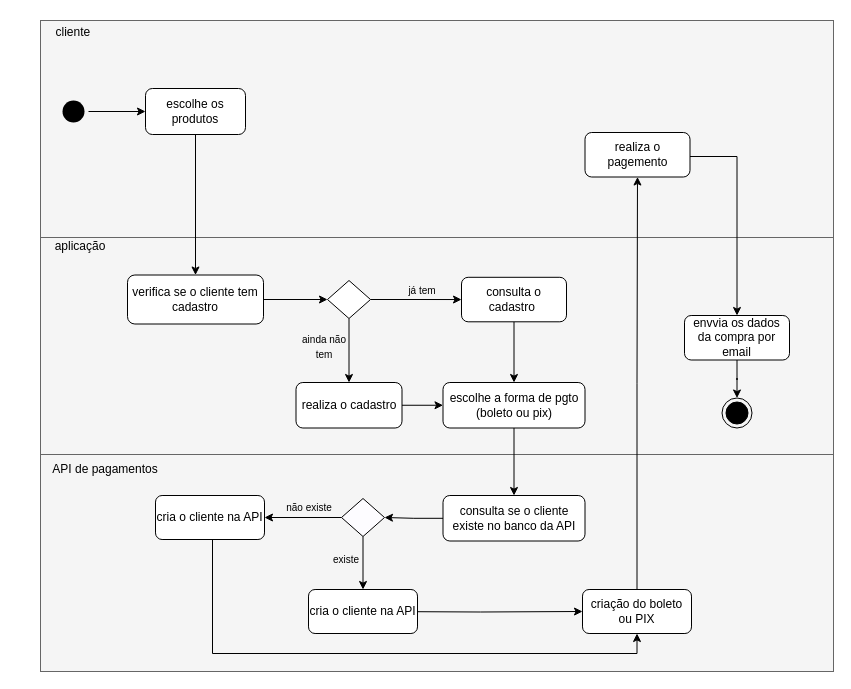
This is activity diagram.drawio from mateusf-prog/PROJECT-commerce-management-system, a draw.io file, before an edit. Source tidied: cells renumbered, new cells numbered last; positions are measured from the earlier drawing's top-left corner, leaving out a move shared by most shapes. Both pictures are drawn from the tidied source at 100%, with x=0, y=0 at pixel (17, 17).
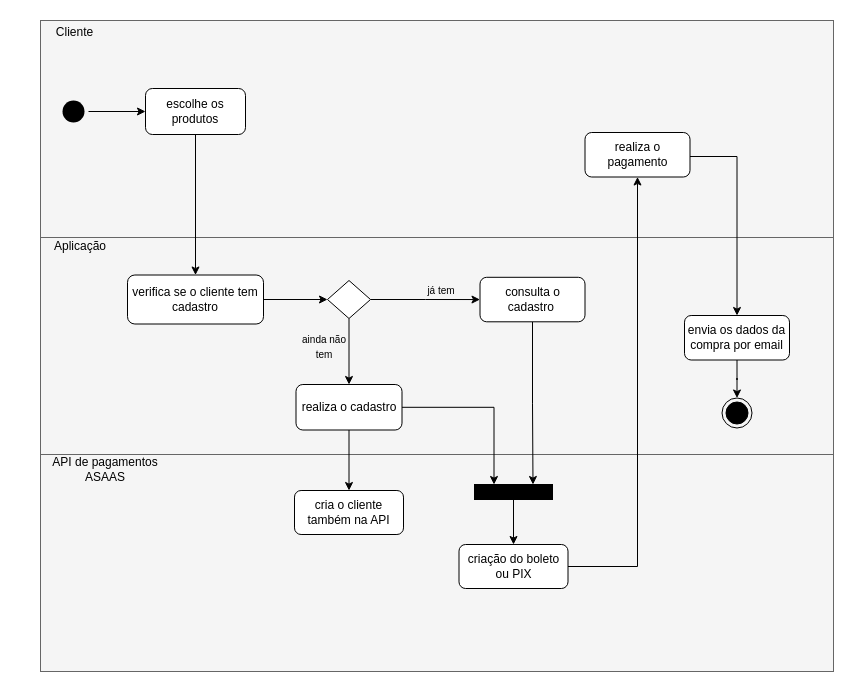
The same page after the edit.

Commit message (it also covers changes not shown here):
update activity diagram

Change to the diagram source:
```diff
@@
+    <mxCell id="43" style="edgeStyle=orthogonalEdgeStyle;rounded=0;jettySize=auto;html=1;" parent="1" edge="1" source="7" target="31">
+      <mxGeometry relative="1" as="geometry" />
+    </mxCell>
+    <mxCell id="44" style="edgeStyle=orthogonalEdgeStyle;rounded=0;jettySize=auto;html=1;entryX=0.25;entryY=0;entryDx=0;entryDy=0;" parent="1" edge="1" source="7" target="47">
+      <mxGeometry relative="1" as="geometry" />
+    </mxCell>
     <mxCell id="7" value="realiza o cadastro" style="rounded=1;whiteSpace=wrap;html=1;" parent="1" vertex="1">
-      <mxGeometry x="278.5" y="365" width="106" height="45.5" as="geometry" />
+      <mxGeometry x="278.5" y="367" width="106" height="45.5" as="geometry" />
     </mxCell>
@@
-    <mxCell id="13" value="cliente&amp;nbsp;" style="text;html=1;strokeColor=none;fillColor=none;align=center;verticalAlign=middle;whiteSpace=wrap;rounded=0;" parent="1" vertex="1">
+    <mxCell id="13" value="Cliente" style="text;html=1;strokeColor=none;fillColor=none;align=center;verticalAlign=middle;whiteSpace=wrap;rounded=0;" parent="1" vertex="1">
       <mxGeometry width="115" height="30" as="geometry" />
     </mxCell>
-    <mxCell id="14" value="aplicação" style="text;html=1;strokeColor=none;fillColor=none;align=center;verticalAlign=middle;whiteSpace=wrap;rounded=0;" parent="1" vertex="1">
+    <mxCell id="14" value="Aplicação" style="text;html=1;strokeColor=none;fillColor=none;align=center;verticalAlign=middle;whiteSpace=wrap;rounded=0;" parent="1" vertex="1">
       <mxGeometry x="33" y="214" width="60" height="30" as="geometry" />
     </mxCell>
@@
-    <mxCell id="17" style="edgeStyle=orthogonalEdgeStyle;rounded=0;jettySize=auto;html=1;entryX=0.5;entryY=0;entryDx=0;entryDy=0;" parent="1" edge="1" source="18" target="21">
-      <mxGeometry relative="1" as="geometry" />
-    </mxCell>
+    <mxCell id="45" style="edgeStyle=orthogonalEdgeStyle;rounded=0;jettySize=auto;html=1;entryX=0.75;entryY=0;entryDx=0;entryDy=0;" parent="1" edge="1" source="18" target="47">
+      <mxGeometry relative="1" as="geometry" />
+    </mxCell>
     <mxCell id="18" value="consulta o cadastro&amp;nbsp;" style="rounded=1;whiteSpace=wrap;html=1;" parent="1" vertex="1">
-      <mxGeometry x="444" y="259.8" width="105" height="44.5" as="geometry" />
+      <mxGeometry x="462.5" y="259.8" width="105" height="44.5" as="geometry" />
     </mxCell>
     <mxCell id="19" value="&lt;font style=&quot;font-size: 10px;&quot;&gt;já tem&lt;/font&gt;" style="text;html=1;strokeColor=none;fillColor=none;align=center;verticalAlign=middle;whiteSpace=wrap;rounded=0;" parent="1" vertex="1">
-      <mxGeometry x="375" y="257.5" width="60" height="30" as="geometry" />
+      <mxGeometry x="394" y="257.5" width="60" height="30" as="geometry" />
     </mxCell>
@@
-    <mxCell id="21" value="escolhe a forma de pgto (boleto ou pix)" style="rounded=1;whiteSpace=wrap;html=1;" parent="1" vertex="1">
-      <mxGeometry x="425.5" y="365" width="142" height="45.5" as="geometry" />
-    </mxCell>
-    <mxCell id="22" value="API de pagamentos" style="text;html=1;strokeColor=none;fillColor=none;align=center;verticalAlign=middle;whiteSpace=wrap;rounded=0;" parent="1" vertex="1">
+    <mxCell id="22" value="API de pagamentos ASAAS" style="text;html=1;strokeColor=none;fillColor=none;align=center;verticalAlign=middle;whiteSpace=wrap;rounded=0;" parent="1" vertex="1">
       <mxGeometry x="26" y="437" width="124" height="30" as="geometry" />
     </mxCell>
-    <mxCell id="23" style="endArrow=classic;html=1;rounded=0;exitX=0.5;exitY=1;exitDx=0;exitDy=0;entryX=0.5;entryY=0;entryDx=0;entryDy=0;" parent="1" edge="1" source="21" target="25">
-      <mxGeometry relative="1" as="geometry" />
-    </mxCell>
-    <mxCell id="24" style="edgeStyle=orthogonalEdgeStyle;rounded=0;jettySize=auto;html=1;entryX=1;entryY=0.5;entryDx=0;entryDy=0;" parent="1" edge="1" source="25" target="28">
-      <mxGeometry relative="1" as="geometry" />
-    </mxCell>
-    <mxCell id="25" value="consulta se o cliente existe no banco da API" style="rounded=1;whiteSpace=wrap;html=1;" parent="1" vertex="1">
-      <mxGeometry x="425.5" y="478" width="142" height="45.5" as="geometry" />
-    </mxCell>
-    <mxCell id="26" style="edgeStyle=orthogonalEdgeStyle;rounded=0;jettySize=auto;html=1;entryX=1;entryY=0.5;entryDx=0;entryDy=0;" parent="1" edge="1" source="28" target="31">
-      <mxGeometry relative="1" as="geometry" />
-    </mxCell>
-    <mxCell id="27" style="edgeStyle=orthogonalEdgeStyle;rounded=0;jettySize=auto;html=1;entryX=0.5;entryY=0;entryDx=0;entryDy=0;" parent="1" edge="1" source="28" target="35">
-      <mxGeometry relative="1" as="geometry" />
-    </mxCell>
-    <mxCell id="28" style="rhombus;whiteSpace=wrap;html=1;fillColor=#FDFCFF;strokeColor=#000000;" parent="1" vertex="1">
-      <mxGeometry x="324" y="481" width="43" height="38" as="geometry" />
-    </mxCell>
-    <mxCell id="29" style="endArrow=classic;html=1;rounded=0;entryX=0;entryY=0.5;entryDx=0;entryDy=0;exitX=1;exitY=0.5;exitDx=0;exitDy=0;" parent="1" edge="1" source="7" target="21">
-      <mxGeometry relative="1" as="geometry" />
-    </mxCell>
-    <mxCell id="30" style="edgeStyle=orthogonalEdgeStyle;rounded=0;jettySize=auto;html=1;entryX=0.5;entryY=1;entryDx=0;entryDy=0;" parent="1" edge="1" target="37">
-      <mxGeometry relative="1" as="geometry">
-        <mxPoint x="157" y="522" as="sourcePoint" />
-        <Array as="points">
-          <mxPoint x="195" y="522" />
-          <mxPoint x="195" y="636" />
-          <mxPoint x="620" y="636" />
-        </Array>
-      </mxGeometry>
-    </mxCell>
-    <mxCell id="31" value="cria o cliente na API" style="rounded=1;whiteSpace=wrap;html=1;" parent="1" vertex="1">
-      <mxGeometry x="138" y="478" width="109" height="44" as="geometry" />
+    <mxCell id="31" value="cria o cliente também na API" style="rounded=1;whiteSpace=wrap;html=1;" parent="1" vertex="1">
+      <mxGeometry x="277" y="473" width="109" height="44" as="geometry" />
     </mxCell>
-    <mxCell id="32" value="&lt;font style=&quot;font-size: 10px;&quot;&gt;não existe&lt;/font&gt;" style="text;html=1;strokeColor=none;fillColor=none;align=center;verticalAlign=middle;whiteSpace=wrap;rounded=0;" parent="1" vertex="1">
-      <mxGeometry x="267" y="476" width="50" height="28" as="geometry" />
-    </mxCell>
-    <mxCell id="33" value="&lt;font style=&quot;font-size: 10px;&quot;&gt;existe&lt;/font&gt;" style="text;html=1;strokeColor=none;fillColor=none;align=center;verticalAlign=middle;whiteSpace=wrap;rounded=0;" parent="1" vertex="1">
-      <mxGeometry x="299" y="527" width="60" height="30" as="geometry" />
-    </mxCell>
-    <mxCell id="34" style="edgeStyle=orthogonalEdgeStyle;rounded=0;jettySize=auto;html=1;entryX=0;entryY=0.5;entryDx=0;entryDy=0;" parent="1" edge="1" target="37">
-      <mxGeometry relative="1" as="geometry">
-        <mxPoint x="360" y="594" as="sourcePoint" />
-      </mxGeometry>
-    </mxCell>
-    <mxCell id="35" value="cria o cliente na API" style="rounded=1;whiteSpace=wrap;html=1;" parent="1" vertex="1">
-      <mxGeometry x="291" y="572" width="109" height="44" as="geometry" />
-    </mxCell>
     <mxCell id="36" style="edgeStyle=orthogonalEdgeStyle;rounded=0;jettySize=auto;html=1;entryX=0.5;entryY=1;entryDx=0;entryDy=0;" parent="1" edge="1" source="37" target="39">
-      <mxGeometry relative="1" as="geometry" />
+      <mxGeometry relative="1" as="geometry">
+        <Array as="points">
+          <mxPoint x="620" y="549" />
+        </Array>
+      </mxGeometry>
     </mxCell>
     <mxCell id="37" value="criação do boleto ou PIX" style="rounded=1;whiteSpace=wrap;html=1;" parent="1" vertex="1">
-      <mxGeometry x="565" y="572" width="109" height="44" as="geometry" />
+      <mxGeometry x="441.5" y="527" width="109" height="44" as="geometry" />
     </mxCell>
@@
-    <mxCell id="39" value="realiza o pagemento" style="rounded=1;whiteSpace=wrap;html=1;" parent="1" vertex="1">
+    <mxCell id="39" value="realiza o pagamento" style="rounded=1;whiteSpace=wrap;html=1;" parent="1" vertex="1">
       <mxGeometry x="567.5" y="115" width="105" height="44.5" as="geometry" />
     </mxCell>
@@
-    <mxCell id="41" value="envvia os dados da compra por email" style="rounded=1;whiteSpace=wrap;html=1;" parent="1" vertex="1">
+    <mxCell id="41" value="envia os dados da compra por email" style="rounded=1;whiteSpace=wrap;html=1;" parent="1" vertex="1">
       <mxGeometry x="667" y="298" width="105" height="44.5" as="geometry" />
     </mxCell>
@@
+    <mxCell id="46" style="edgeStyle=orthogonalEdgeStyle;rounded=0;jettySize=auto;html=1;" parent="1" edge="1" source="47" target="37">
+      <mxGeometry relative="1" as="geometry" />
+    </mxCell>
+    <mxCell id="47" style="rounded=0;whiteSpace=wrap;html=1;fillColor=#000000;" parent="1" vertex="1">
+      <mxGeometry x="457" y="467" width="78" height="15" as="geometry" />
+    </mxCell>
```
